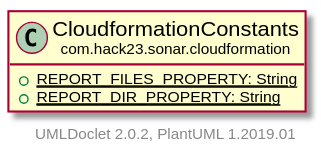
Earlier version of the PlantUML export testapidocs/com/hack23/sonar/cloudformation/CloudformationConstants.svg (Hack23/sonar-cloudformation-plugin). The source it was exported from:
```plantuml
@startuml
    set namespaceSeparator none
    hide empty fields
    hide empty methods

    class "<size:14>CloudformationConstants\n<size:10>com.hack23.sonar.cloudformation" as com.hack23.sonar.cloudformation.CloudformationConstants [[CloudformationConstants.html]] {
        {static} +REPORT_FILES_PROPERTY: String
        {static} +REPORT_DIR_PROPERTY: String
    }

    center footer UMLDoclet 2.0.2, PlantUML 1.2019.01
@enduml
```
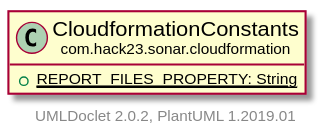
Later version of the same file.

The edit, as a diff of the source:
```diff
@@ -5,7 +5,6 @@
 
     class "<size:14>CloudformationConstants\n<size:10>com.hack23.sonar.cloudformation" as com.hack23.sonar.cloudformation.CloudformationConstants [[CloudformationConstants.html]] {
         {static} +REPORT_FILES_PROPERTY: String
-        {static} +REPORT_DIR_PROPERTY: String
     }
 
     center footer UMLDoclet 2.0.2, PlantUML 1.2019.01
```
